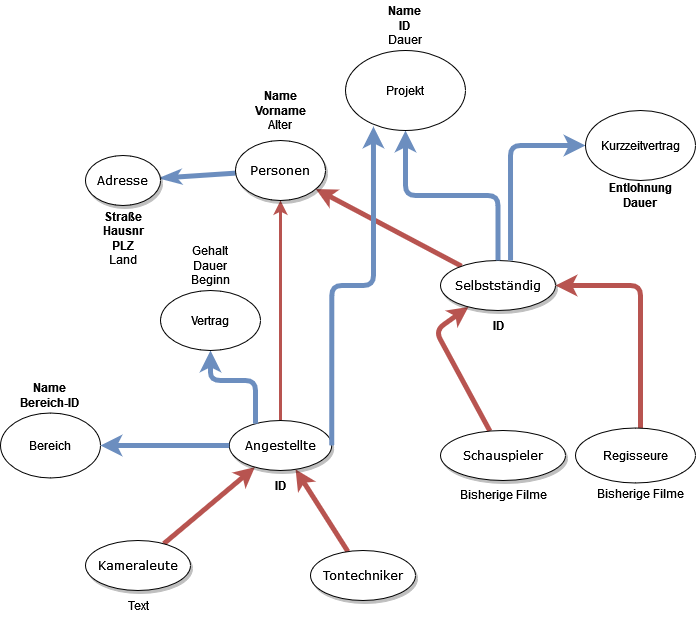
The draw.io diagram Personenverwaltung.drawio.png in Masternuss/Datenbanken2022, before a commit. Source tidied: cells renumbered, new cells last; positions are measured from the earlier drawing's top-left corner, leaving out a move shared by most shapes.
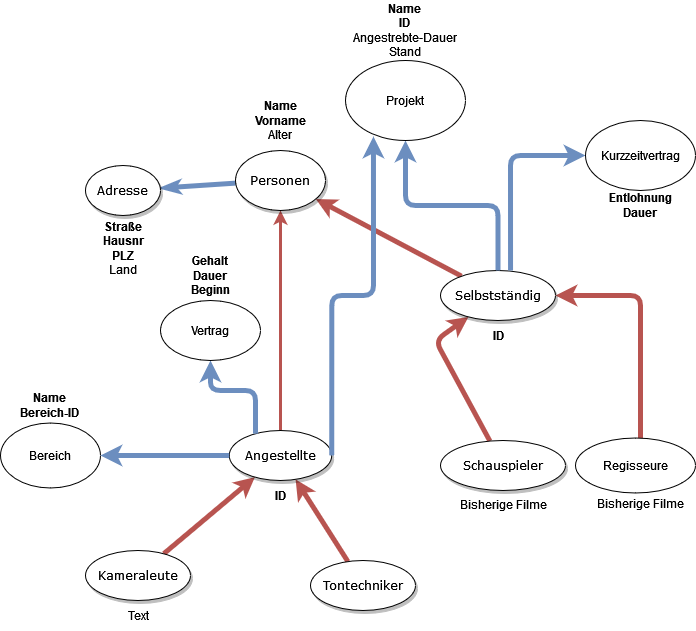
Above is the later version.

What changed in the source:
```diff
@@ -92,8 +92,8 @@
     <mxCell id="27" value="&lt;div&gt;&lt;b&gt;Name&lt;/b&gt;&lt;/div&gt;&lt;div&gt;&lt;b&gt;Bereich-ID&lt;/b&gt;&lt;br&gt;&lt;/div&gt;" style="text;html=1;strokeColor=none;fillColor=none;align=center;verticalAlign=middle;whiteSpace=wrap;rounded=0;" parent="1" vertex="1">
       <mxGeometry x="15" y="377.5" width="70" height="35" as="geometry" />
     </mxCell>
-    <mxCell id="28" value="&lt;div&gt;&lt;b&gt;Name&lt;/b&gt;&lt;/div&gt;&lt;div&gt;&lt;b&gt;ID&lt;br&gt;&lt;/b&gt;&lt;/div&gt;&lt;div&gt;Dauer&lt;br&gt;&lt;b&gt;&lt;/b&gt;&lt;/div&gt;" style="text;html=1;strokeColor=none;fillColor=none;align=center;verticalAlign=middle;whiteSpace=wrap;rounded=0;" parent="1" vertex="1">
-      <mxGeometry x="375" width="60" height="50" as="geometry" />
+    <mxCell id="28" value="&lt;div&gt;&lt;b&gt;Name&lt;/b&gt;&lt;/div&gt;&lt;div&gt;&lt;b&gt;ID&lt;br&gt;&lt;/b&gt;&lt;/div&gt;&lt;div&gt;Angestrebte-Dauer&lt;br&gt;&lt;/div&gt;&lt;div&gt;Stand&lt;br&gt;&lt;/div&gt;" style="text;html=1;strokeColor=none;fillColor=none;align=center;verticalAlign=middle;whiteSpace=wrap;rounded=0;" parent="1" vertex="1">
+      <mxGeometry x="340" y="-10" width="130" height="60" as="geometry" />
     </mxCell>
     <mxCell id="29" style="edgeStyle=orthogonalEdgeStyle;rounded=1;jettySize=auto;html=1;startArrow=classic;startFill=1;endArrow=none;endFill=0;strokeColor=#6c8ebf;strokeWidth=5;fillColor=#dae8fc;" parent="1" edge="1" source="30" target="8">
       <mxGeometry relative="1" as="geometry">
@@ -106,7 +106,7 @@
     <mxCell id="30" value="Vertrag" style="ellipse;whiteSpace=wrap;html=1;" parent="1" vertex="1">
       <mxGeometry x="160" y="290" width="100" height="60" as="geometry" />
     </mxCell>
-    <mxCell id="31" value="&lt;div&gt;Gehalt&lt;/div&gt;&lt;div&gt;Dauer&lt;/div&gt;Beginn" style="text;html=1;strokeColor=none;fillColor=none;align=center;verticalAlign=middle;whiteSpace=wrap;rounded=0;" parent="1" vertex="1">
+    <mxCell id="31" value="&lt;div&gt;&lt;b&gt;Gehalt&lt;/b&gt;&lt;/div&gt;&lt;div&gt;&lt;b&gt;Dauer&lt;/b&gt;&lt;/div&gt;&lt;b&gt;Beginn&lt;/b&gt;" style="text;html=1;strokeColor=none;fillColor=none;align=center;verticalAlign=middle;whiteSpace=wrap;rounded=0;" parent="1" vertex="1">
       <mxGeometry x="180" y="240" width="60" height="50" as="geometry" />
     </mxCell>
     <mxCell id="32" value="&lt;b&gt;ID&lt;/b&gt;" style="text;html=1;strokeColor=none;fillColor=none;align=center;verticalAlign=middle;whiteSpace=wrap;rounded=0;" parent="1" vertex="1">
```
